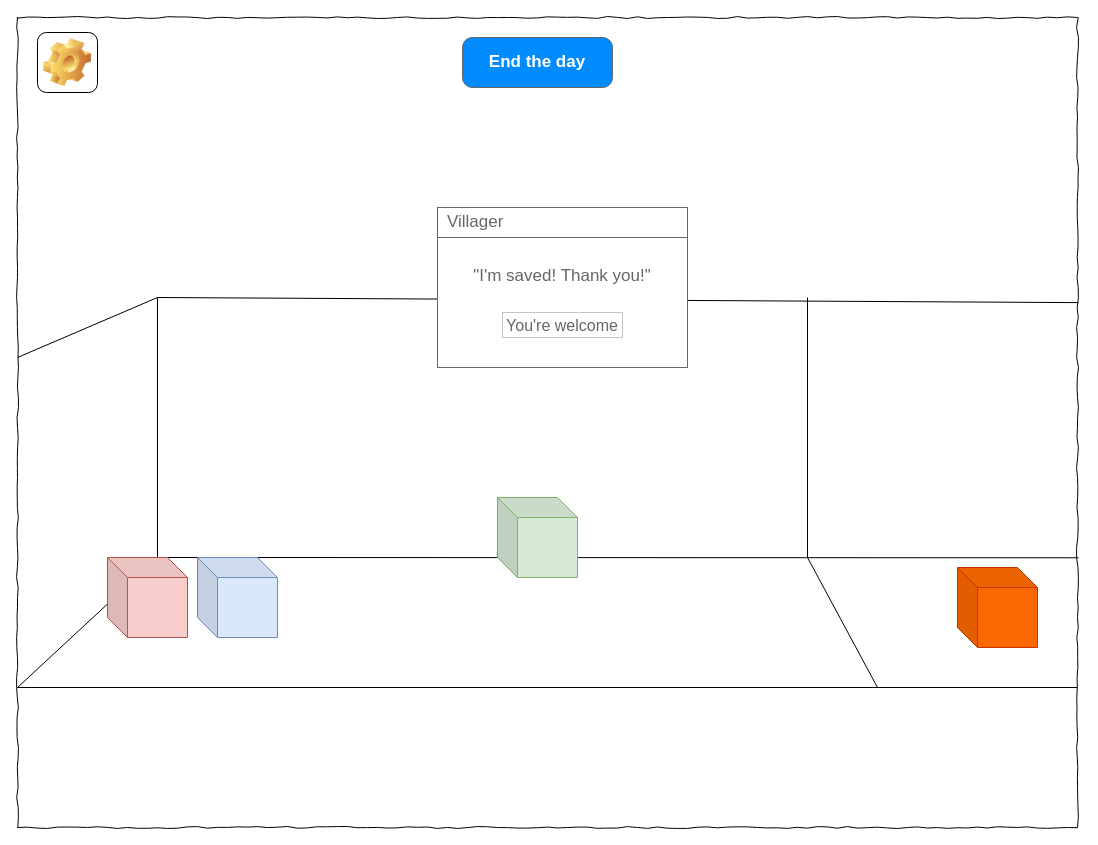
This is Diagrams/Villager completed.drawio from ZoraJayKay/User-Interface-Programming-Assessment-2, a draw.io file, before an edit. Source tidied: cells renumbered, new cells numbered last; positions are measured from the earlier drawing's top-left corner, leaving out a move shared by most shapes. Both pictures are drawn from the tidied source at 100%, with x=0, y=0 at pixel (17, 17).
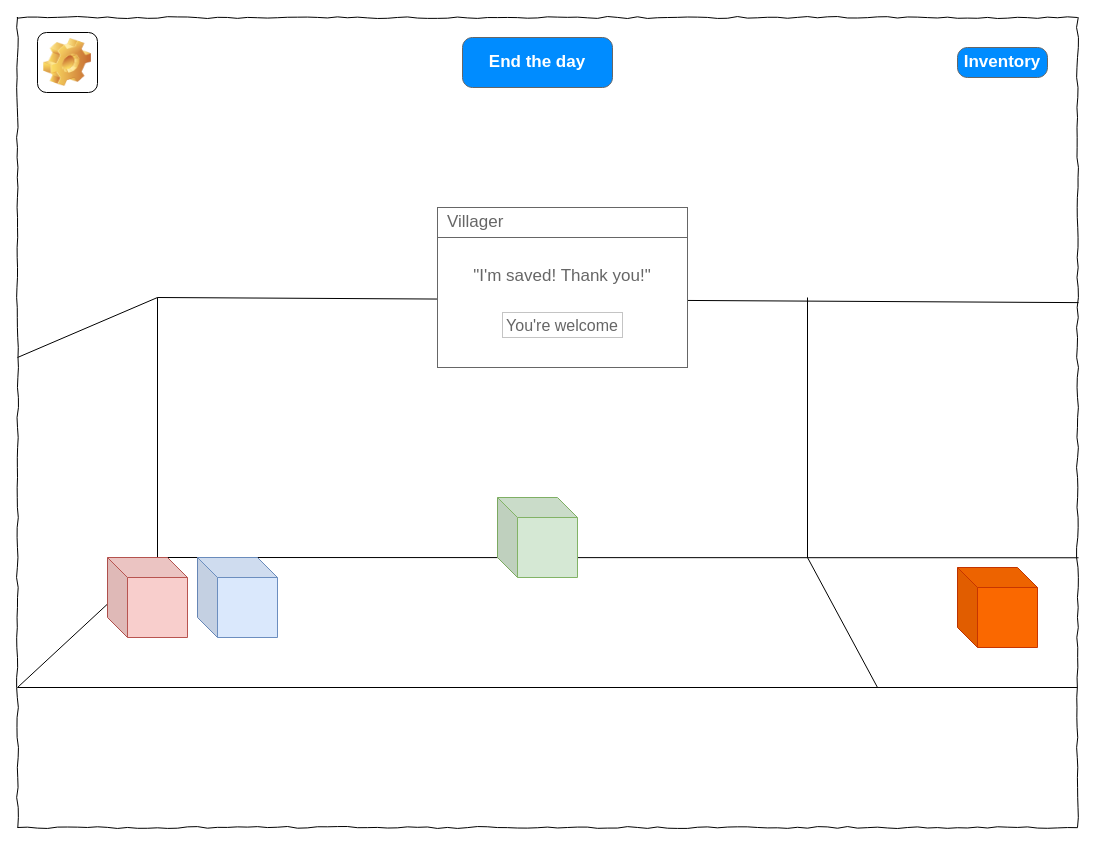
The same diagram, later.

Diff of the diagram source:
```diff
@@
+    <mxCell id="20" value="Inventory" style="strokeWidth=1;shadow=0;dashed=0;align=center;html=1;shape=mxgraph.mockup.buttons.button;strokeColor=#666666;fontColor=#ffffff;mainText=;buttonStyle=round;fontSize=17;fontStyle=1;fillColor=#008cff;whiteSpace=wrap;" parent="1" vertex="1">
+      <mxGeometry x="940" y="30" width="90" height="30" as="geometry" />
+    </mxCell>
```
